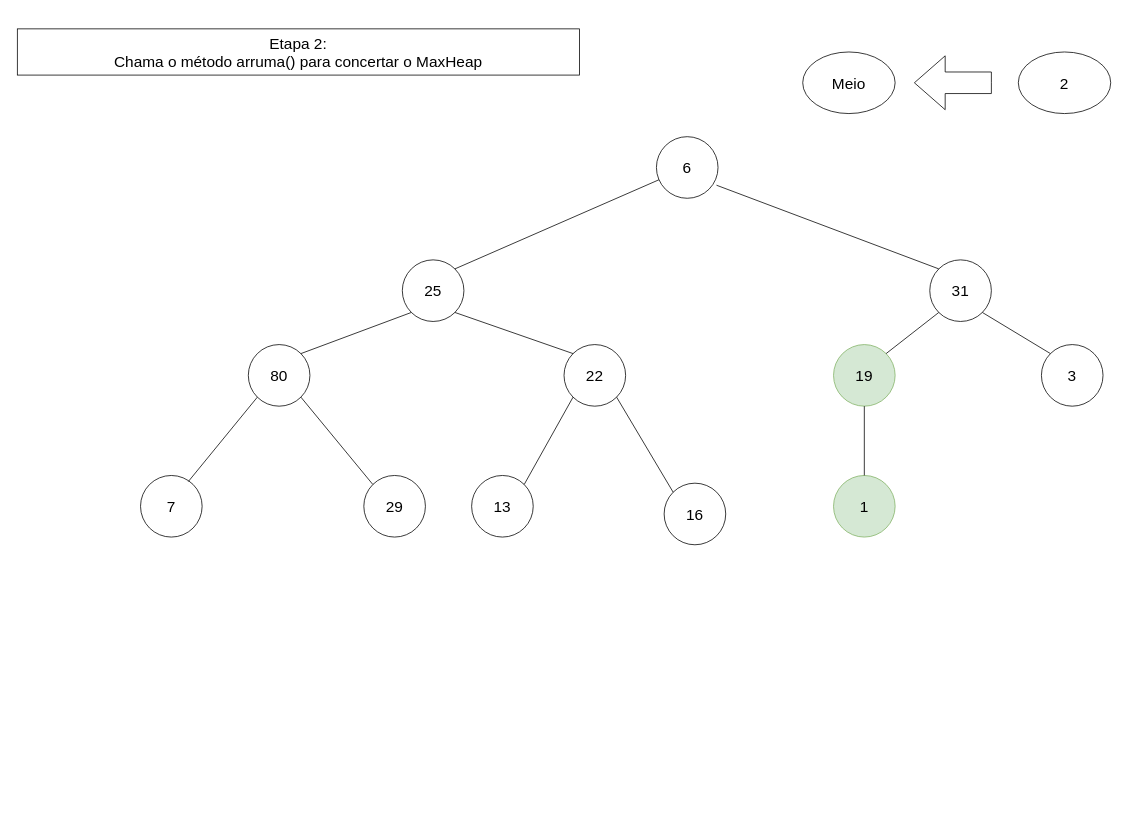
The draw.io diagram page "Etapa 11" (12 of 21) of Diagrama_Heap.drawio in Xang0/Diagramas-de-Estruturas-de-Dado, before the edit. Source tidied: cells renumbered, new cells numbered last; positions are measured from the earlier drawing's top-left corner, leaving out a move shared by most shapes. Both pictures are drawn from the tidied source at 77%, with x=0, y=0 at pixel (17, 28).
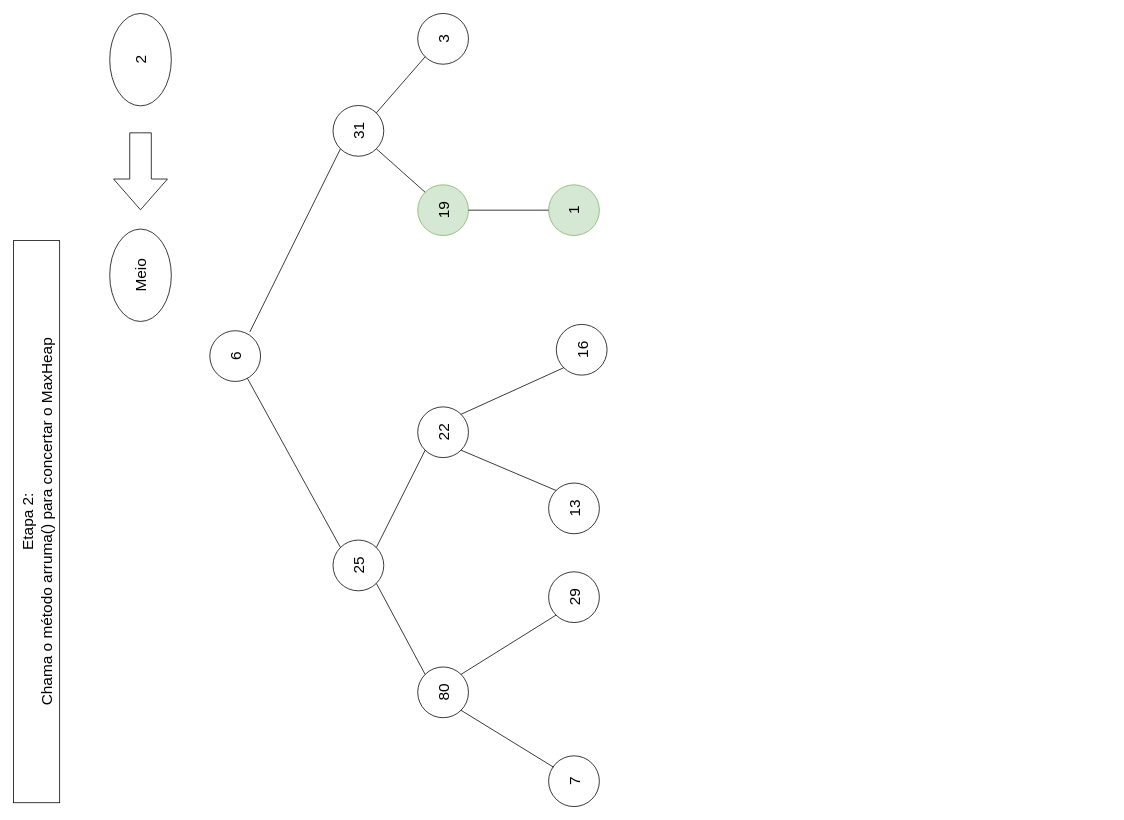
After the change.

Diff of the diagram source:
```diff
@@
+    <mxCell id="25" value="&lt;font style=&quot;font-size: 20px;&quot;&gt;Etapa 2:&lt;br&gt;Chama o método arruma() para concertar o MaxHeap&lt;br&gt;&lt;/font&gt;" style="rounded=0;whiteSpace=wrap;html=1;rotation=-90;" parent="1" vertex="1">
+      <mxGeometry x="-340" y="610" width="730" height="60" as="geometry" />
+    </mxCell>
+    <mxCell id="26" value="&lt;font style=&quot;font-size: 20px;&quot;&gt;Meio&lt;/font&gt;" style="ellipse;whiteSpace=wrap;html=1;rotation=-90;" parent="1" vertex="1">
+      <mxGeometry x="100" y="280" width="120" height="80" as="geometry" />
+    </mxCell>
+    <mxCell id="27" style="html=1;shadow=0;dashed=0;align=center;verticalAlign=middle;shape=mxgraph.arrows2.arrow;dy=0.6;dx=40;flipH=1;notch=0;rotation=-90;" parent="1" vertex="1">
+      <mxGeometry x="110" y="150" width="100" height="70" as="geometry" />
+    </mxCell>
+    <mxCell id="28" value="&lt;font style=&quot;font-size: 20px;&quot;&gt;2&lt;/font&gt;" style="ellipse;whiteSpace=wrap;html=1;rotation=-90;" parent="1" vertex="1">
+      <mxGeometry x="100" width="120" height="80" as="geometry" />
+    </mxCell>
+    <mxCell id="29" style="group;" parent="1" vertex="1">
+      <mxGeometry x="250" y="-20" width="530" height="1030" as="geometry" />
+    </mxCell>
-    <mxCell id="2" value="&lt;font style=&quot;font-size: 20px;&quot;&gt;6&lt;/font&gt;" style="ellipse;whiteSpace=wrap;html=1;" parent="1" vertex="1">
-      <mxGeometry x="830" y="140" width="80" height="80" as="geometry" />
+    <mxCell id="2" value="&lt;font style=&quot;font-size: 20px;&quot;&gt;6&lt;/font&gt;" style="ellipse;whiteSpace=wrap;html=1;rotation=-90;" parent="29" vertex="1">
+      <mxGeometry y="412" width="65.9" height="65.9" as="geometry" />
     </mxCell>
-    <mxCell id="3" value="&lt;font style=&quot;font-size: 20px;&quot;&gt;25&lt;/font&gt;" style="ellipse;whiteSpace=wrap;html=1;" parent="1" vertex="1">
-      <mxGeometry x="500" y="300" width="80" height="80" as="geometry" />
+    <mxCell id="3" value="&lt;font style=&quot;font-size: 20px;&quot;&gt;25&lt;/font&gt;" style="ellipse;whiteSpace=wrap;html=1;rotation=-90;" parent="29" vertex="1">
+      <mxGeometry x="160" y="683.9" width="65.9" height="65.9" as="geometry" />
     </mxCell>
-    <mxCell id="4" value="&lt;font style=&quot;font-size: 20px;&quot;&gt;31&lt;/font&gt;" style="ellipse;whiteSpace=wrap;html=1;" parent="1" vertex="1">
-      <mxGeometry x="1185" y="300" width="80" height="80" as="geometry" />
+    <mxCell id="4" value="&lt;font style=&quot;font-size: 20px;&quot;&gt;31&lt;/font&gt;" style="ellipse;whiteSpace=wrap;html=1;rotation=-90;" parent="29" vertex="1">
+      <mxGeometry x="160" y="119.5" width="65.9" height="65.9" as="geometry" />
     </mxCell>
-    <mxCell id="5" style="endArrow=none;html=1;rounded=0;exitX=1;exitY=0;exitDx=0;exitDy=0;" parent="1" edge="1" source="3" target="2">
+    <mxCell id="5" style="endArrow=none;html=1;rounded=0;exitX=1;exitY=0;exitDx=0;exitDy=0;" parent="29" edge="1" source="3" target="2">
       <mxGeometry relative="1" as="geometry" />
     </mxCell>
-    <mxCell id="6" style="endArrow=none;html=1;rounded=0;entryX=0.975;entryY=0.788;entryDx=0;entryDy=0;entryPerimeter=0;exitX=0;exitY=0;exitDx=0;exitDy=0;" parent="1" edge="1" source="4" target="2">
+    <mxCell id="6" style="endArrow=none;html=1;rounded=0;entryX=0.975;entryY=0.788;entryDx=0;entryDy=0;entryPerimeter=0;exitX=0;exitY=0;exitDx=0;exitDy=0;" parent="29" edge="1" source="4" target="2">
       <mxGeometry relative="1" as="geometry" />
     </mxCell>
-    <mxCell id="7" value="&lt;font style=&quot;font-size: 20px;&quot;&gt;80&lt;/font&gt;" style="ellipse;whiteSpace=wrap;html=1;" parent="1" vertex="1">
-      <mxGeometry x="300" y="410" width="80" height="80" as="geometry" />
+    <mxCell id="7" value="&lt;font style=&quot;font-size: 20px;&quot;&gt;80&lt;/font&gt;" style="ellipse;whiteSpace=wrap;html=1;rotation=-90;" parent="29" vertex="1">
+      <mxGeometry x="270" y="848.7" width="65.9" height="65.9" as="geometry" />
     </mxCell>
-    <mxCell id="8" value="&lt;font style=&quot;font-size: 20px;&quot;&gt;22&lt;/font&gt;" style="ellipse;whiteSpace=wrap;html=1;" parent="1" vertex="1">
-      <mxGeometry x="710" y="410" width="80" height="80" as="geometry" />
+    <mxCell id="8" value="&lt;font style=&quot;font-size: 20px;&quot;&gt;22&lt;/font&gt;" style="ellipse;whiteSpace=wrap;html=1;rotation=-90;" parent="29" vertex="1">
+      <mxGeometry x="270" y="510.9" width="65.9" height="65.9" as="geometry" />
     </mxCell>
-    <mxCell id="9" style="endArrow=none;html=1;rounded=0;entryX=0;entryY=1;entryDx=0;entryDy=0;exitX=1;exitY=0;exitDx=0;exitDy=0;" parent="1" edge="1" source="7" target="3">
+    <mxCell id="9" style="endArrow=none;html=1;rounded=0;entryX=0;entryY=1;entryDx=0;entryDy=0;exitX=1;exitY=0;exitDx=0;exitDy=0;" parent="29" edge="1" source="7" target="3">
       <mxGeometry relative="1" as="geometry" />
     </mxCell>
-    <mxCell id="10" style="endArrow=none;html=1;rounded=0;entryX=1;entryY=1;entryDx=0;entryDy=0;exitX=0;exitY=0;exitDx=0;exitDy=0;" parent="1" edge="1" source="8" target="3">
+    <mxCell id="10" style="endArrow=none;html=1;rounded=0;entryX=1;entryY=1;entryDx=0;entryDy=0;exitX=0;exitY=0;exitDx=0;exitDy=0;" parent="29" edge="1" source="8" target="3">
       <mxGeometry relative="1" as="geometry" />
     </mxCell>
-    <mxCell id="11" value="&lt;font style=&quot;font-size: 20px;&quot;&gt;16&lt;/font&gt;" style="ellipse;whiteSpace=wrap;html=1;" parent="1" vertex="1">
-      <mxGeometry x="840" y="590" width="80" height="80" as="geometry" />
+    <mxCell id="11" value="&lt;font style=&quot;font-size: 20px;&quot;&gt;16&lt;/font&gt;" style="ellipse;whiteSpace=wrap;html=1;rotation=-90;" parent="29" vertex="1">
+      <mxGeometry x="450" y="403.8" width="65.9" height="65.9" as="geometry" />
     </mxCell>
-    <mxCell id="12" value="&lt;font style=&quot;font-size: 20px;&quot;&gt;13&lt;/font&gt;" style="ellipse;whiteSpace=wrap;html=1;" parent="1" vertex="1">
-      <mxGeometry x="590" y="580" width="80" height="80" as="geometry" />
+    <mxCell id="12" value="&lt;font style=&quot;font-size: 20px;&quot;&gt;13&lt;/font&gt;" style="ellipse;whiteSpace=wrap;html=1;rotation=-90;" parent="29" vertex="1">
+      <mxGeometry x="440" y="609.8" width="65.9" height="65.9" as="geometry" />
     </mxCell>
-    <mxCell id="13" style="endArrow=none;html=1;rounded=0;entryX=1;entryY=1;entryDx=0;entryDy=0;exitX=0;exitY=0;exitDx=0;exitDy=0;" parent="1" edge="1" source="11" target="8">
+    <mxCell id="13" style="endArrow=none;html=1;rounded=0;entryX=1;entryY=1;entryDx=0;entryDy=0;exitX=0;exitY=0;exitDx=0;exitDy=0;" parent="29" edge="1" source="11" target="8">
       <mxGeometry relative="1" as="geometry" />
     </mxCell>
-    <mxCell id="14" style="endArrow=none;html=1;rounded=0;entryX=0;entryY=1;entryDx=0;entryDy=0;exitX=1;exitY=0;exitDx=0;exitDy=0;" parent="1" edge="1" source="12" target="8">
+    <mxCell id="14" style="endArrow=none;html=1;rounded=0;entryX=0;entryY=1;entryDx=0;entryDy=0;exitX=1;exitY=0;exitDx=0;exitDy=0;" parent="29" edge="1" source="12" target="8">
       <mxGeometry relative="1" as="geometry" />
     </mxCell>
-    <mxCell id="15" value="&lt;font style=&quot;font-size: 20px;&quot;&gt;29&lt;/font&gt;" style="ellipse;whiteSpace=wrap;html=1;" parent="1" vertex="1">
-      <mxGeometry x="450" y="580" width="80" height="80" as="geometry" />
+    <mxCell id="15" value="&lt;font style=&quot;font-size: 20px;&quot;&gt;29&lt;/font&gt;" style="ellipse;whiteSpace=wrap;html=1;rotation=-90;" parent="29" vertex="1">
+      <mxGeometry x="440" y="725.1" width="65.9" height="65.9" as="geometry" />
     </mxCell>
-    <mxCell id="16" value="&lt;font style=&quot;font-size: 20px;&quot;&gt;7&lt;/font&gt;" style="ellipse;whiteSpace=wrap;html=1;" parent="1" vertex="1">
-      <mxGeometry x="160" y="580" width="80" height="80" as="geometry" />
+    <mxCell id="16" value="&lt;font style=&quot;font-size: 20px;&quot;&gt;7&lt;/font&gt;" style="ellipse;whiteSpace=wrap;html=1;rotation=-90;" parent="29" vertex="1">
+      <mxGeometry x="440" y="964.1" width="65.9" height="65.9" as="geometry" />
     </mxCell>
-    <mxCell id="17" style="endArrow=none;html=1;rounded=0;entryX=1;entryY=1;entryDx=0;entryDy=0;exitX=0;exitY=0;exitDx=0;exitDy=0;" parent="1" edge="1" source="15" target="7">
+    <mxCell id="17" style="endArrow=none;html=1;rounded=0;entryX=1;entryY=1;entryDx=0;entryDy=0;exitX=0;exitY=0;exitDx=0;exitDy=0;" parent="29" edge="1" source="15" target="7">
       <mxGeometry relative="1" as="geometry" />
     </mxCell>
-    <mxCell id="18" style="endArrow=none;html=1;rounded=0;entryX=0;entryY=1;entryDx=0;entryDy=0;exitX=0.775;exitY=0.1;exitDx=0;exitDy=0;exitPerimeter=0;" parent="1" edge="1" source="16" target="7">
+    <mxCell id="18" style="endArrow=none;html=1;rounded=0;entryX=0;entryY=1;entryDx=0;entryDy=0;exitX=0.775;exitY=0.1;exitDx=0;exitDy=0;exitPerimeter=0;" parent="29" edge="1" source="16" target="7">
       <mxGeometry relative="1" as="geometry" />
     </mxCell>
-    <mxCell id="19" value="&lt;font style=&quot;font-size: 20px;&quot;&gt;19&lt;/font&gt;" style="ellipse;whiteSpace=wrap;html=1;fillColor=#d5e8d4;strokeColor=#82b366;" parent="1" vertex="1">
-      <mxGeometry x="1060" y="410" width="80" height="80" as="geometry" />
+    <mxCell id="19" value="&lt;font style=&quot;font-size: 20px;&quot;&gt;19&lt;/font&gt;" style="ellipse;whiteSpace=wrap;html=1;fillColor=#d5e8d4;strokeColor=#82b366;rotation=-90;" parent="29" vertex="1">
+      <mxGeometry x="270" y="222.5" width="65.9" height="65.9" as="geometry" />
     </mxCell>
-    <mxCell id="20" value="&lt;font style=&quot;font-size: 20px;&quot;&gt;3&lt;/font&gt;" style="ellipse;whiteSpace=wrap;html=1;" parent="1" vertex="1">
-      <mxGeometry x="1330" y="410" width="80" height="80" as="geometry" />
+    <mxCell id="20" value="&lt;font style=&quot;font-size: 20px;&quot;&gt;3&lt;/font&gt;" style="ellipse;whiteSpace=wrap;html=1;rotation=-90;" parent="29" vertex="1">
+      <mxGeometry x="270" width="65.9" height="65.9" as="geometry" />
     </mxCell>
-    <mxCell id="21" style="endArrow=none;html=1;rounded=0;entryX=0;entryY=1;entryDx=0;entryDy=0;exitX=1;exitY=0;exitDx=0;exitDy=0;" parent="1" edge="1" source="19" target="4">
+    <mxCell id="21" style="endArrow=none;html=1;rounded=0;entryX=0;entryY=1;entryDx=0;entryDy=0;exitX=1;exitY=0;exitDx=0;exitDy=0;" parent="29" edge="1" source="19" target="4">
       <mxGeometry relative="1" as="geometry" />
     </mxCell>
-    <mxCell id="22" style="endArrow=none;html=1;rounded=0;entryX=1;entryY=1;entryDx=0;entryDy=0;exitX=0;exitY=0;exitDx=0;exitDy=0;" parent="1" edge="1" source="20" target="4">
+    <mxCell id="22" style="endArrow=none;html=1;rounded=0;entryX=1;entryY=1;entryDx=0;entryDy=0;exitX=0;exitY=0;exitDx=0;exitDy=0;" parent="29" edge="1" source="20" target="4">
       <mxGeometry relative="1" as="geometry" />
     </mxCell>
-    <mxCell id="23" value="&lt;font style=&quot;font-size: 20px;&quot;&gt;1&lt;/font&gt;" style="ellipse;whiteSpace=wrap;html=1;fillColor=#d5e8d4;strokeColor=#82b366;" parent="1" vertex="1">
-      <mxGeometry x="1060" y="580" width="80" height="80" as="geometry" />
+    <mxCell id="23" value="&lt;font style=&quot;font-size: 20px;&quot;&gt;1&lt;/font&gt;" style="ellipse;whiteSpace=wrap;html=1;fillColor=#d5e8d4;strokeColor=#82b366;rotation=-90;" parent="29" vertex="1">
+      <mxGeometry x="440" y="222.5" width="65.9" height="65.9" as="geometry" />
     </mxCell>
-    <mxCell id="24" style="endArrow=none;html=1;rounded=0;entryX=0.5;entryY=1;entryDx=0;entryDy=0;exitX=0.5;exitY=0;exitDx=0;exitDy=0;" parent="1" edge="1" source="23" target="19">
+    <mxCell id="24" style="endArrow=none;html=1;rounded=0;entryX=0.5;entryY=1;entryDx=0;entryDy=0;exitX=0.5;exitY=0;exitDx=0;exitDy=0;" parent="29" edge="1" source="23" target="19">
       <mxGeometry relative="1" as="geometry" />
     </mxCell>
-    <mxCell id="25" value="&lt;font style=&quot;font-size: 20px;&quot;&gt;Etapa 2:&lt;br&gt;Chama o método arruma() para concertar o MaxHeap&lt;br&gt;&lt;/font&gt;" style="rounded=0;whiteSpace=wrap;html=1;" parent="1" vertex="1">
-      <mxGeometry width="730" height="60" as="geometry" />
-    </mxCell>
-    <mxCell id="26" value="&lt;font style=&quot;font-size: 20px;&quot;&gt;Meio&lt;/font&gt;" style="ellipse;whiteSpace=wrap;html=1;" parent="1" vertex="1">
-      <mxGeometry x="1020" y="30" width="120" height="80" as="geometry" />
-    </mxCell>
-    <mxCell id="27" style="html=1;shadow=0;dashed=0;align=center;verticalAlign=middle;shape=mxgraph.arrows2.arrow;dy=0.6;dx=40;flipH=1;notch=0;" parent="1" vertex="1">
-      <mxGeometry x="1165" y="35" width="100" height="70" as="geometry" />
-    </mxCell>
-    <mxCell id="28" value="&lt;font style=&quot;font-size: 20px;&quot;&gt;2&lt;/font&gt;" style="ellipse;whiteSpace=wrap;html=1;" parent="1" vertex="1">
-      <mxGeometry x="1300" y="30" width="120" height="80" as="geometry" />
-    </mxCell>
```
